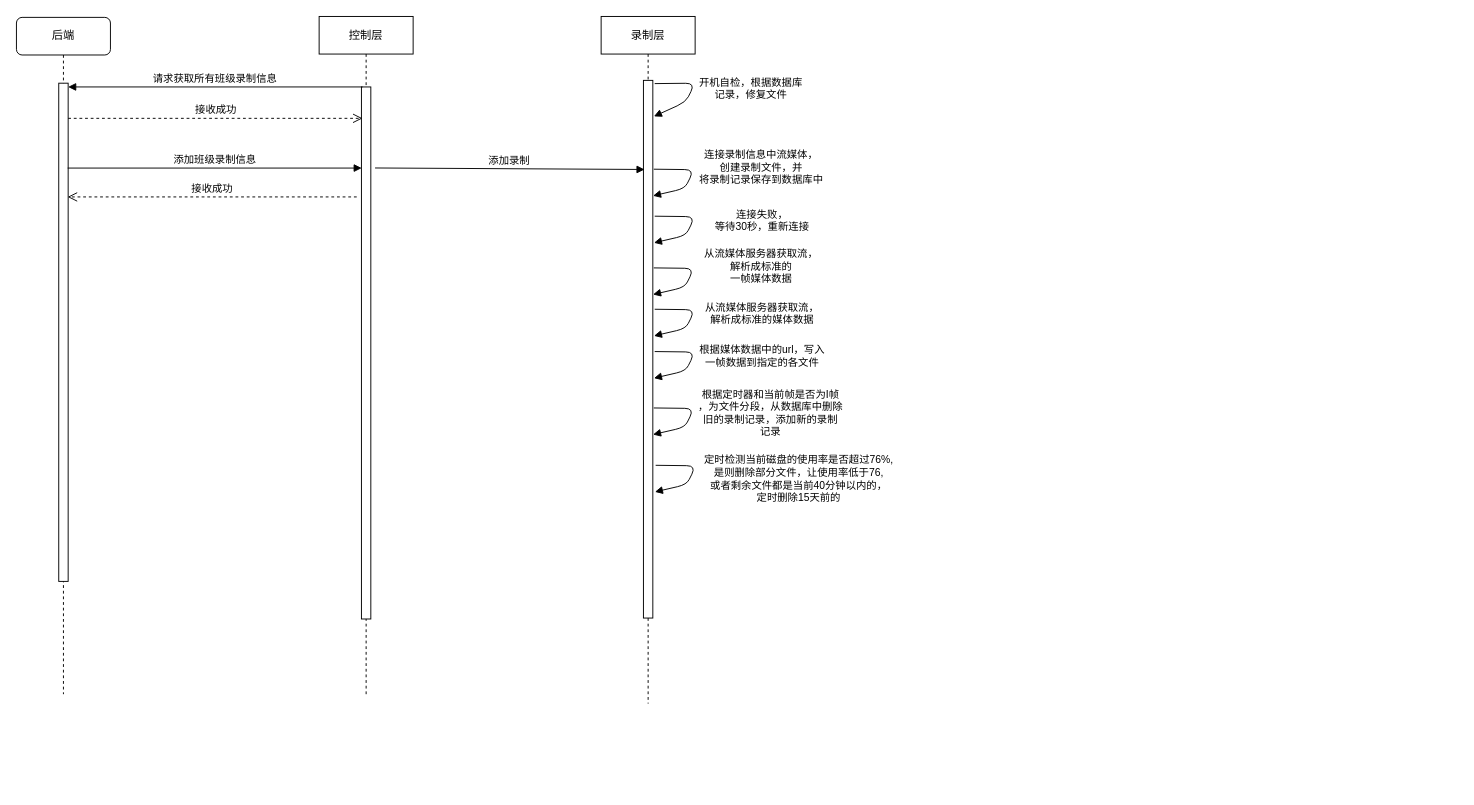
The draw.io diagram lookUpLessonSequenceDiagram.drawio in huangPeiLc/drawio, before the edit. Source tidied: cells renumbered, new cells numbered last; positions are measured from the earlier drawing's top-left corner, leaving out a move shared by most shapes. Both pictures are drawn from the tidied source at 94%, with x=0, y=0 at pixel (16, 16).
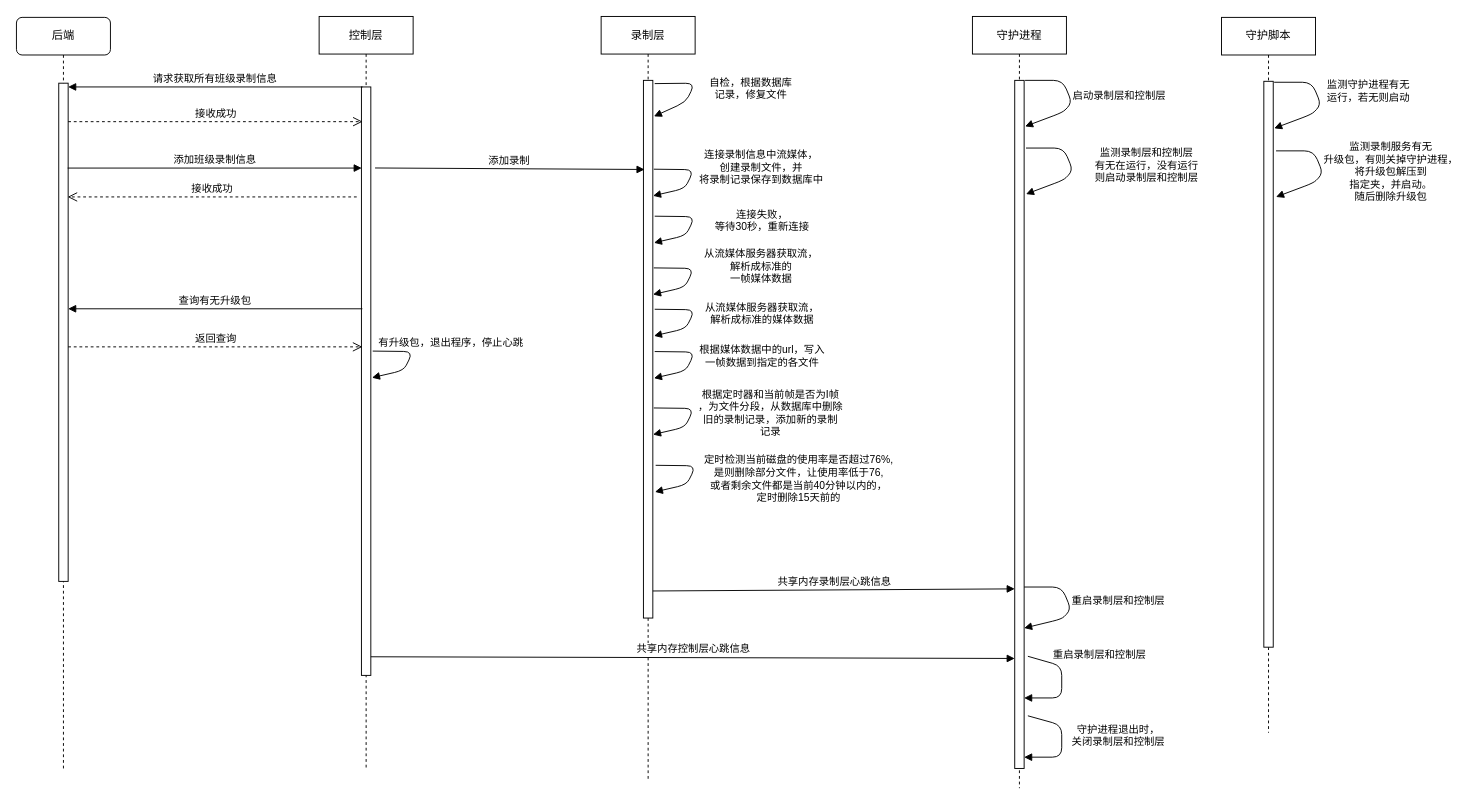
After the change.

The change refers to these unchanged cells:
```xml
<mxCell id="7" style="html=1;points=[];perimeter=orthogonalPerimeter;rounded=0;shadow=0;comic=0;labelBackgroundColor=none;strokeColor=#000000;strokeWidth=1;fillColor=#FFFFFF;fontFamily=Verdana;fontSize=12;fontColor=#000000;align=center;" parent="6" vertex="1">
  <mxGeometry x="45" y="68" width="10" height="572" as="geometry" />
</mxCell>
```

The edit, as a diff of the source:
```diff
@@
     <mxCell id="2" value="控制层" style="shape=umlLifeline;perimeter=lifelinePerimeter;whiteSpace=wrap;html=1;" parent="1" vertex="1">
-      <mxGeometry x="322" width="100" height="721" as="geometry" />
+      <mxGeometry x="322" width="100" height="801" as="geometry" />
     </mxCell>
     <mxCell id="3" value="后端" style="shape=umlLifeline;perimeter=lifelinePerimeter;whiteSpace=wrap;html=1;rounded=1;shadow=0;comic=0;labelBackgroundColor=none;strokeColor=#000000;strokeWidth=1;fillColor=#FFFFFF;fontFamily=Verdana;fontSize=12;fontColor=#000000;align=center;size=40;" parent="1" vertex="1">
-      <mxGeometry y="1" width="100" height="720" as="geometry" />
+      <mxGeometry y="1" width="100" height="800" as="geometry" />
     </mxCell>
@@
     <mxCell id="5" style="html=1;points=[];perimeter=orthogonalPerimeter;rounded=0;shadow=0;comic=0;labelBackgroundColor=none;strokeColor=#000000;strokeWidth=1;fillColor=#FFFFFF;fontFamily=Verdana;fontSize=12;fontColor=#000000;align=center;" parent="1" vertex="1">
-      <mxGeometry x="367" y="75" width="10" height="566" as="geometry" />
+      <mxGeometry x="367" y="75" width="10" height="626" as="geometry" />
     </mxCell>
     <mxCell id="6" value="录制层" style="shape=umlLifeline;perimeter=lifelinePerimeter;whiteSpace=wrap;html=1;" parent="1" vertex="1">
-      <mxGeometry x="622" width="100" height="731" as="geometry" />
+      <mxGeometry x="622" width="100" height="811" as="geometry" />
     </mxCell>
@@
-    <mxCell id="8" value="&lt;div&gt;开机自检，根据数据库&lt;/div&gt;&lt;div&gt;记录，修复文件&lt;/div&gt;" style="html=1;verticalAlign=bottom;endArrow=block;entryX=1.117;entryY=0.067;entryDx=0;entryDy=0;entryPerimeter=0;exitX=1.2;exitY=0.006;exitDx=0;exitDy=0;exitPerimeter=0;" parent="6" edge="1" source="7" target="7">
+    <mxCell id="8" value="&lt;div&gt;自检，根据数据库&lt;/div&gt;&lt;div&gt;记录，修复文件&lt;/div&gt;" style="html=1;verticalAlign=bottom;endArrow=block;entryX=1.117;entryY=0.067;entryDx=0;entryDy=0;entryPerimeter=0;exitX=1.2;exitY=0.006;exitDx=0;exitDy=0;exitPerimeter=0;" parent="6" edge="1" source="7" target="7">
       <mxGeometry x="-0.14" y="-63" relative="1" as="geometry">
         <Array as="points">
           <mxPoint x="100" y="71" />
           <mxPoint x="90" y="91" />
         </Array>
         <mxPoint x="116" y="48" as="offset" />
       </mxGeometry>
     </mxCell>
@@
+    <mxCell id="21" value="守护进程" style="shape=umlLifeline;perimeter=lifelinePerimeter;whiteSpace=wrap;html=1;" parent="1" vertex="1">
+      <mxGeometry x="1017" width="100" height="821" as="geometry" />
+    </mxCell>
+    <mxCell id="22" style="html=1;points=[];perimeter=orthogonalPerimeter;rounded=0;shadow=0;comic=0;labelBackgroundColor=none;strokeColor=#000000;strokeWidth=1;fillColor=#FFFFFF;fontFamily=Verdana;fontSize=12;fontColor=#000000;align=center;" parent="21" vertex="1">
+      <mxGeometry x="45" y="68" width="10" height="732" as="geometry" />
+    </mxCell>
+    <mxCell id="23" value="重启录制层和控制层" style="html=1;verticalAlign=bottom;endArrow=block;entryX=1;entryY=0.796;entryDx=0;entryDy=0;entryPerimeter=0;" parent="21" edge="1" source="22" target="22">
+      <mxGeometry x="0.09" y="50" relative="1" as="geometry">
+        <Array as="points">
+          <mxPoint x="95" y="607" />
+          <mxPoint x="105" y="631" />
+          <mxPoint x="95" y="641" />
+        </Array>
+        <mxPoint x="15" y="-35" as="offset" />
+      </mxGeometry>
+    </mxCell>
+    <mxCell id="24" value="重启录制层和控制层" style="html=1;verticalAlign=bottom;endArrow=block;exitX=1.4;exitY=0.837;exitDx=0;exitDy=0;exitPerimeter=0;" parent="21" edge="1" source="22" target="22">
+      <mxGeometry x="-0.24" y="41" relative="1" as="geometry">
+        <Array as="points">
+          <mxPoint x="95" y="691" />
+          <mxPoint x="95" y="725" />
+        </Array>
+        <mxPoint x="-1" y="-8" as="offset" />
+      </mxGeometry>
+    </mxCell>
+    <mxCell id="25" value="守护脚本" style="shape=umlLifeline;perimeter=lifelinePerimeter;whiteSpace=wrap;html=1;" parent="1" vertex="1">
+      <mxGeometry x="1282" y="1" width="100" height="761" as="geometry" />
+    </mxCell>
+    <mxCell id="26" style="html=1;perimeter=orthogonalPerimeter;rounded=0;shadow=0;comic=0;labelBackgroundColor=none;strokeColor=#000000;strokeWidth=1;fillColor=#FFFFFF;fontFamily=Verdana;fontSize=12;fontColor=#000000;align=center;" parent="25" vertex="1">
+      <mxGeometry x="45" y="68" width="10" height="602" as="geometry" />
+    </mxCell>
+    <mxCell id="27" value="共享内存录制层心跳信息" style="html=1;verticalAlign=bottom;endArrow=block;exitX=1.45;exitY=0.123;exitDx=0;exitDy=0;exitPerimeter=0;entryX=0;entryY=0.739;entryDx=0;entryDy=0;entryPerimeter=0;" parent="1" edge="1" target="22">
+      <mxGeometry relative="1" as="geometry">
+        <mxPoint x="677" y="611.2" as="sourcePoint" />
+      </mxGeometry>
+    </mxCell>
+    <mxCell id="28" value="共享内存控制层心跳信息" style="html=1;verticalAlign=bottom;endArrow=block;exitX=1.45;exitY=0.123;exitDx=0;exitDy=0;exitPerimeter=0;" parent="1" edge="1">
+      <mxGeometry relative="1" as="geometry">
+        <mxPoint x="377" y="681.2" as="sourcePoint" />
+        <mxPoint x="1062" y="683" as="targetPoint" />
+      </mxGeometry>
+    </mxCell>
+    <mxCell id="29" value="启动录制层和控制层" style="html=1;verticalAlign=bottom;endArrow=block;entryX=1;entryY=0.862;entryDx=0;entryDy=0;entryPerimeter=0;" parent="1" edge="1">
+      <mxGeometry x="0.09" y="50" relative="1" as="geometry">
+        <mxPoint x="1073" y="68" as="sourcePoint" />
+        <mxPoint x="1073" y="117" as="targetPoint" />
+        <Array as="points">
+          <mxPoint x="1113" y="68" />
+          <mxPoint x="1123" y="92" />
+          <mxPoint x="1113" y="102" />
+        </Array>
+        <mxPoint x="15" y="-35" as="offset" />
+      </mxGeometry>
+    </mxCell>
+    <mxCell id="30" value="&lt;div&gt;监测录制层和控制层&lt;/div&gt;&lt;div&gt;有无在运行，没有运行&lt;/div&gt;&lt;div&gt;则启动录制层和控制层&lt;br&gt;&lt;/div&gt;" style="html=1;verticalAlign=bottom;endArrow=block;entryX=1;entryY=0.862;entryDx=0;entryDy=0;entryPerimeter=0;" parent="1" edge="1">
+      <mxGeometry x="0.07" y="80" relative="1" as="geometry">
+        <mxPoint x="1074" y="140" as="sourcePoint" />
+        <mxPoint x="1074" y="189" as="targetPoint" />
+        <Array as="points">
+          <mxPoint x="1114" y="140" />
+          <mxPoint x="1124" y="164" />
+          <mxPoint x="1114" y="174" />
+        </Array>
+        <mxPoint x="21" y="-40" as="offset" />
+      </mxGeometry>
+    </mxCell>
+    <mxCell id="31" value="&lt;div&gt;监测守护进程有无&lt;/div&gt;&lt;div&gt;运行，若无则启动&lt;/div&gt;" style="html=1;verticalAlign=bottom;endArrow=block;entryX=1;entryY=0.862;entryDx=0;entryDy=0;entryPerimeter=0;" parent="1" edge="1">
+      <mxGeometry x="0.09" y="50" relative="1" as="geometry">
+        <mxPoint x="1338" y="70" as="sourcePoint" />
+        <mxPoint x="1338" y="119" as="targetPoint" />
+        <Array as="points">
+          <mxPoint x="1378" y="70" />
+          <mxPoint x="1388" y="94" />
+          <mxPoint x="1378" y="104" />
+        </Array>
+        <mxPoint x="15" y="-35" as="offset" />
+      </mxGeometry>
+    </mxCell>
+    <mxCell id="32" value="&lt;div&gt;监测录制服务有无&lt;/div&gt;&lt;div&gt;升级包，有则关掉守护进程，&lt;/div&gt;&lt;div&gt;将升级包解压到&lt;/div&gt;&lt;div&gt;指定夹，并启动。&lt;/div&gt;&lt;div&gt;随后删除升级包&lt;br&gt;&lt;/div&gt;" style="html=1;verticalAlign=bottom;endArrow=block;entryX=1;entryY=0.862;entryDx=0;entryDy=0;entryPerimeter=0;" parent="1" edge="1">
+      <mxGeometry x="0.07" y="80" relative="1" as="geometry">
+        <mxPoint x="1340" y="143" as="sourcePoint" />
+        <mxPoint x="1340" y="192" as="targetPoint" />
+        <Array as="points">
+          <mxPoint x="1380" y="143" />
+          <mxPoint x="1390" y="167" />
+          <mxPoint x="1380" y="177" />
+        </Array>
+        <mxPoint x="15" y="-23" as="offset" />
+      </mxGeometry>
+    </mxCell>
+    <mxCell id="33" value="查询有无升级包" style="html=1;verticalAlign=bottom;endArrow=block;exitX=0.117;exitY=0;exitDx=0;exitDy=0;exitPerimeter=0;" parent="1" edge="1">
+      <mxGeometry relative="1" as="geometry">
+        <mxPoint x="368" y="311" as="sourcePoint" />
+        <mxPoint x="55" y="311" as="targetPoint" />
+      </mxGeometry>
+    </mxCell>
+    <mxCell id="34" value="返回查询" style="html=1;verticalAlign=bottom;endArrow=open;dashed=1;endSize=8;entryX=0.117;entryY=0.059;entryDx=0;entryDy=0;entryPerimeter=0;" parent="1" edge="1">
+      <mxGeometry relative="1" as="geometry">
+        <mxPoint x="55" y="351.5" as="sourcePoint" />
+        <mxPoint x="368" y="351.5" as="targetPoint" />
+      </mxGeometry>
+    </mxCell>
+    <mxCell id="35" value="有升级包，退出程序，停止心跳" style="html=1;verticalAlign=bottom;endArrow=block;entryX=1.117;entryY=0.067;entryDx=0;entryDy=0;entryPerimeter=0;exitX=1.2;exitY=0.006;exitDx=0;exitDy=0;exitPerimeter=0;" parent="1" edge="1">
+      <mxGeometry x="-0.14" y="40" relative="1" as="geometry">
+        <mxPoint x="379" y="356" as="sourcePoint" />
+        <mxPoint x="378.2" y="384.3" as="targetPoint" />
+        <Array as="points">
+          <mxPoint x="422" y="356.5" />
+          <mxPoint x="412" y="376.5" />
+        </Array>
+        <mxPoint x="4" y="-18" as="offset" />
+      </mxGeometry>
+    </mxCell>
+    <mxCell id="36" value="&lt;div&gt;守护进程退出时，&lt;/div&gt;&lt;div&gt;关闭录制层和控制层&lt;br&gt;&lt;/div&gt;" style="html=1;verticalAlign=bottom;endArrow=block;exitX=1.4;exitY=0.837;exitDx=0;exitDy=0;exitPerimeter=0;" parent="1" edge="1">
+      <mxGeometry x="0.28" y="-60" relative="1" as="geometry">
+        <mxPoint x="1076" y="744" as="sourcePoint" />
+        <mxPoint x="1072" y="788" as="targetPoint" />
+        <Array as="points">
+          <mxPoint x="1112" y="754" />
+          <mxPoint x="1112" y="788" />
+        </Array>
+        <mxPoint x="60" y="53" as="offset" />
+      </mxGeometry>
+    </mxCell>
```
